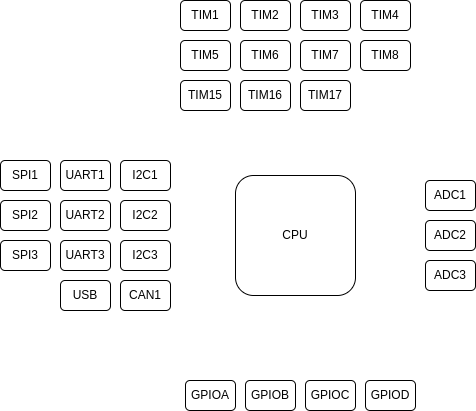
Before: spotkanie-2-przerwania-timery/figures/peripherals.drawio.png, a diagram exported from draw.io (Eryk-Mozdzen/warsztaty-stm32). Source tidied: cells renumbered, new cells last; positions are measured from the earlier drawing's top-left corner, leaving out a move shared by most shapes.
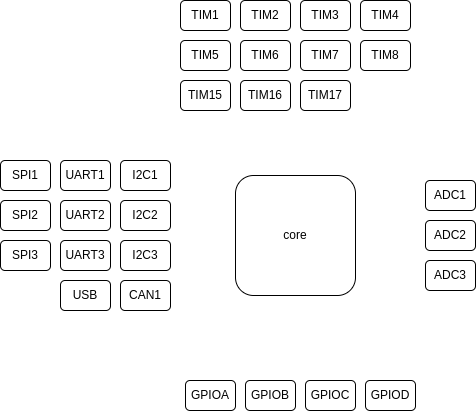
The same file after the commit.

Change to the diagram source:
```diff
@@ -1,8 +1,8 @@
-<mxGraphModel background="#ffffff">
+<mxGraphModel>
   <root>
     <mxCell id="0" />
     <mxCell id="1" parent="0" />
-    <mxCell id="2" value="CPU" style="rounded=1;whiteSpace=wrap;html=1;" parent="1" vertex="1">
+    <mxCell id="2" value="core" style="rounded=1;whiteSpace=wrap;html=1;" parent="1" vertex="1">
       <mxGeometry x="235" y="175" width="120" height="120" as="geometry" />
     </mxCell>
     <mxCell id="3" value="I2C1" style="rounded=1;whiteSpace=wrap;html=1;" parent="1" vertex="1">
```
